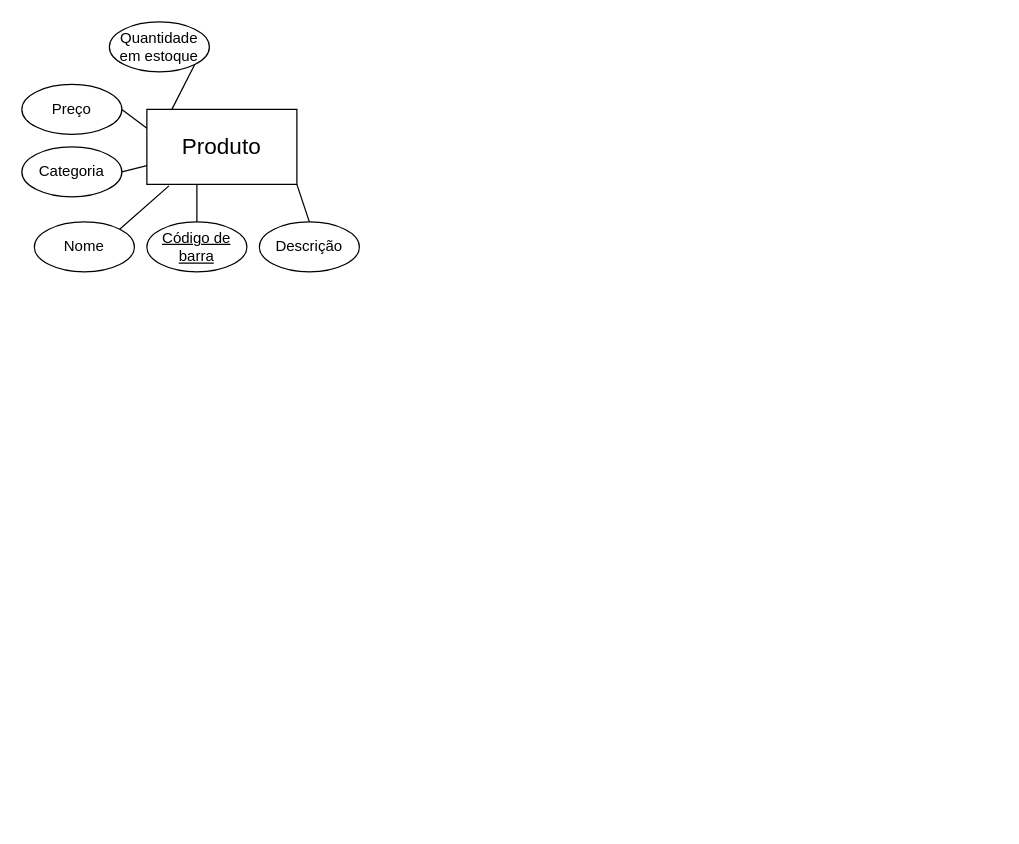
This is Diagrama sem nome.drawio from trizpomarico/Projeto_BD, a draw.io file, before an edit. Source tidied: cells renumbered, new cells numbered last; positions are measured from the earlier drawing's top-left corner, leaving out a move shared by most shapes. Both pictures are drawn from the tidied source at 125%, with x=0, y=0 at pixel (21, 21).
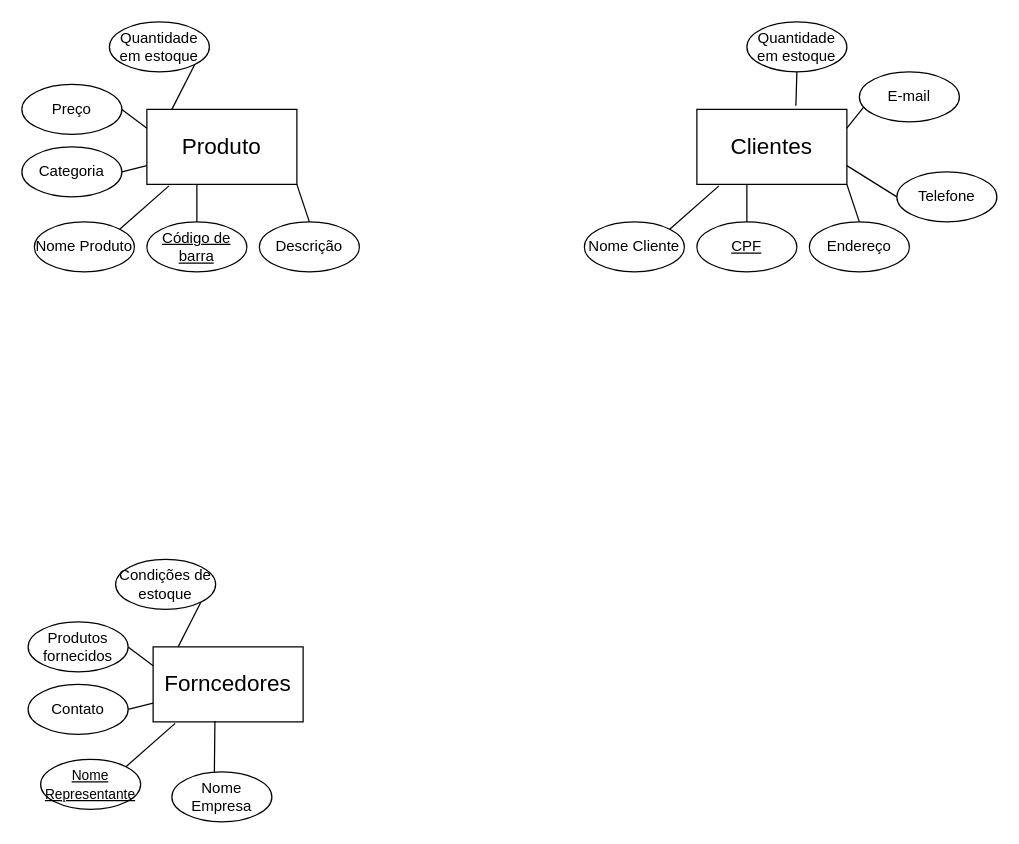
After the change.

The edit, as a diff of the source:
```diff
@@
-    <mxCell id="3" value="&lt;span style=&quot;font-weight: normal;&quot;&gt;Nome&lt;/span&gt;" style="ellipse;whiteSpace=wrap;html=1;fontStyle=1;" parent="1" vertex="1">
+    <mxCell id="3" value="&lt;span style=&quot;font-weight: normal;&quot;&gt;Nome Produto&lt;/span&gt;" style="ellipse;whiteSpace=wrap;html=1;fontStyle=1;" parent="1" vertex="1">
       <mxGeometry x="10" y="160" width="80" height="40" as="geometry" />
     </mxCell>
@@
+    <mxCell id="15" value="&lt;font style=&quot;font-size: 18px;&quot;&gt;Clientes&lt;/font&gt;" style="rounded=0;whiteSpace=wrap;html=1;" parent="1" vertex="1">
+      <mxGeometry x="540" y="70" width="120" height="60" as="geometry" />
+    </mxCell>
+    <mxCell id="16" value="&lt;span style=&quot;font-weight: normal;&quot;&gt;Nome Cliente&lt;/span&gt;" style="ellipse;whiteSpace=wrap;html=1;fontStyle=1;" parent="1" vertex="1">
+      <mxGeometry x="450" y="160" width="80" height="40" as="geometry" />
+    </mxCell>
+    <mxCell id="17" value="&lt;u&gt;CPF&lt;/u&gt;" style="ellipse;whiteSpace=wrap;html=1;" parent="1" vertex="1">
+      <mxGeometry x="540" y="160" width="80" height="40" as="geometry" />
+    </mxCell>
+    <mxCell id="18" value="Endereço" style="ellipse;whiteSpace=wrap;html=1;" parent="1" vertex="1">
+      <mxGeometry x="630" y="160" width="80" height="40" as="geometry" />
+    </mxCell>
+    <mxCell id="19" value="&lt;span style=&quot;font-weight: normal;&quot;&gt;Telefone&lt;/span&gt;" style="ellipse;whiteSpace=wrap;html=1;fontStyle=1;" parent="1" vertex="1">
+      <mxGeometry x="700" y="120" width="80" height="40" as="geometry" />
+    </mxCell>
+    <mxCell id="20" value="&lt;span style=&quot;font-weight: normal;&quot;&gt;E-mail&lt;/span&gt;" style="ellipse;whiteSpace=wrap;html=1;fontStyle=1;" parent="1" vertex="1">
+      <mxGeometry x="670" y="40" width="80" height="40" as="geometry" />
+    </mxCell>
+    <mxCell id="21" value="&lt;span style=&quot;font-weight: normal;&quot;&gt;Quantidade em estoque&lt;/span&gt;" style="ellipse;whiteSpace=wrap;html=1;fontStyle=1;" parent="1" vertex="1">
+      <mxGeometry x="580" width="80" height="40" as="geometry" />
+    </mxCell>
+    <mxCell id="22" style="endArrow=none;html=1;rounded=0;entryX=1;entryY=1;entryDx=0;entryDy=0;" parent="1" edge="1" target="15">
+      <mxGeometry relative="1" as="geometry">
+        <mxPoint x="670" y="160" as="sourcePoint" />
+      </mxGeometry>
+    </mxCell>
+    <mxCell id="23" style="endArrow=none;html=1;rounded=0;exitX=0.5;exitY=0;exitDx=0;exitDy=0;" parent="1" edge="1" source="17">
+      <mxGeometry relative="1" as="geometry">
+        <mxPoint x="580" y="130" as="targetPoint" />
+      </mxGeometry>
+    </mxCell>
+    <mxCell id="24" style="endArrow=none;html=1;rounded=0;exitX=1;exitY=0;exitDx=0;exitDy=0;entryX=0.147;entryY=1.02;entryDx=0;entryDy=0;entryPerimeter=0;" parent="1" edge="1" source="16" target="15">
+      <mxGeometry relative="1" as="geometry" />
+    </mxCell>
+    <mxCell id="25" style="endArrow=none;html=1;rounded=0;exitX=0;exitY=0.5;exitDx=0;exitDy=0;entryX=1;entryY=0.75;entryDx=0;entryDy=0;" parent="1" edge="1" source="19" target="15">
+      <mxGeometry relative="1" as="geometry" />
+    </mxCell>
+    <mxCell id="26" style="endArrow=none;html=1;rounded=0;exitX=0.045;exitY=0.7;exitDx=0;exitDy=0;exitPerimeter=0;entryX=1;entryY=0.25;entryDx=0;entryDy=0;" parent="1" edge="1" source="20" target="15">
+      <mxGeometry relative="1" as="geometry" />
+    </mxCell>
+    <mxCell id="27" style="endArrow=none;html=1;rounded=0;entryX=0.5;entryY=1;entryDx=0;entryDy=0;exitX=0.66;exitY=-0.047;exitDx=0;exitDy=0;exitPerimeter=0;" parent="1" edge="1" source="15" target="21">
+      <mxGeometry relative="1" as="geometry" />
+    </mxCell>
+    <mxCell id="28" value="&lt;font style=&quot;font-size: 18px;&quot;&gt;Forncedores&lt;/font&gt;" style="rounded=0;whiteSpace=wrap;html=1;" parent="1" vertex="1">
+      <mxGeometry x="105" y="500" width="120" height="60" as="geometry" />
+    </mxCell>
+    <mxCell id="29" value="&lt;span style=&quot;font-weight: normal;&quot;&gt;&lt;font style=&quot;font-size: 11px;&quot;&gt;&lt;u&gt;Nome Representante&lt;/u&gt;&lt;/font&gt;&lt;/span&gt;" style="ellipse;whiteSpace=wrap;html=1;fontStyle=1;" parent="1" vertex="1">
+      <mxGeometry x="15" y="590" width="80" height="40" as="geometry" />
+    </mxCell>
+    <mxCell id="30" value="Nome Empresa" style="ellipse;whiteSpace=wrap;html=1;" parent="1" vertex="1">
+      <mxGeometry x="120" y="600" width="80" height="40" as="geometry" />
+    </mxCell>
+    <mxCell id="31" value="&lt;span style=&quot;font-weight: normal;&quot;&gt;Contato&lt;/span&gt;" style="ellipse;whiteSpace=wrap;html=1;fontStyle=1;" parent="1" vertex="1">
+      <mxGeometry x="5" y="530" width="80" height="40" as="geometry" />
+    </mxCell>
+    <mxCell id="32" value="&lt;span style=&quot;font-weight: normal;&quot;&gt;Produtos fornecidos&lt;/span&gt;" style="ellipse;whiteSpace=wrap;html=1;fontStyle=1;" parent="1" vertex="1">
+      <mxGeometry x="5" y="480" width="80" height="40" as="geometry" />
+    </mxCell>
+    <mxCell id="33" value="&lt;span style=&quot;font-weight: normal;&quot;&gt;Condições de estoque&lt;/span&gt;" style="ellipse;whiteSpace=wrap;html=1;fontStyle=1;" parent="1" vertex="1">
+      <mxGeometry x="75" y="430" width="80" height="40" as="geometry" />
+    </mxCell>
+    <mxCell id="34" style="endArrow=none;html=1;rounded=0;entryX=0.412;entryY=0.987;entryDx=0;entryDy=0;entryPerimeter=0;" parent="1" edge="1" target="28">
+      <mxGeometry relative="1" as="geometry">
+        <mxPoint x="154" y="600" as="sourcePoint" />
+      </mxGeometry>
+    </mxCell>
+    <mxCell id="35" style="endArrow=none;html=1;rounded=0;exitX=1;exitY=0;exitDx=0;exitDy=0;entryX=0.147;entryY=1.02;entryDx=0;entryDy=0;entryPerimeter=0;" parent="1" edge="1" source="29" target="28">
+      <mxGeometry relative="1" as="geometry" />
+    </mxCell>
+    <mxCell id="36" style="endArrow=none;html=1;rounded=0;exitX=1;exitY=0.5;exitDx=0;exitDy=0;entryX=0;entryY=0.75;entryDx=0;entryDy=0;" parent="1" edge="1" source="31" target="28">
+      <mxGeometry relative="1" as="geometry" />
+    </mxCell>
+    <mxCell id="37" style="endArrow=none;html=1;rounded=0;entryX=0;entryY=0.25;entryDx=0;entryDy=0;exitX=1;exitY=0.5;exitDx=0;exitDy=0;" parent="1" edge="1" source="32" target="28">
+      <mxGeometry relative="1" as="geometry" />
+    </mxCell>
+    <mxCell id="38" style="endArrow=none;html=1;rounded=0;entryX=1;entryY=1;entryDx=0;entryDy=0;" parent="1" edge="1" target="33">
+      <mxGeometry relative="1" as="geometry">
+        <mxPoint x="125" y="500" as="sourcePoint" />
+      </mxGeometry>
+    </mxCell>
```
